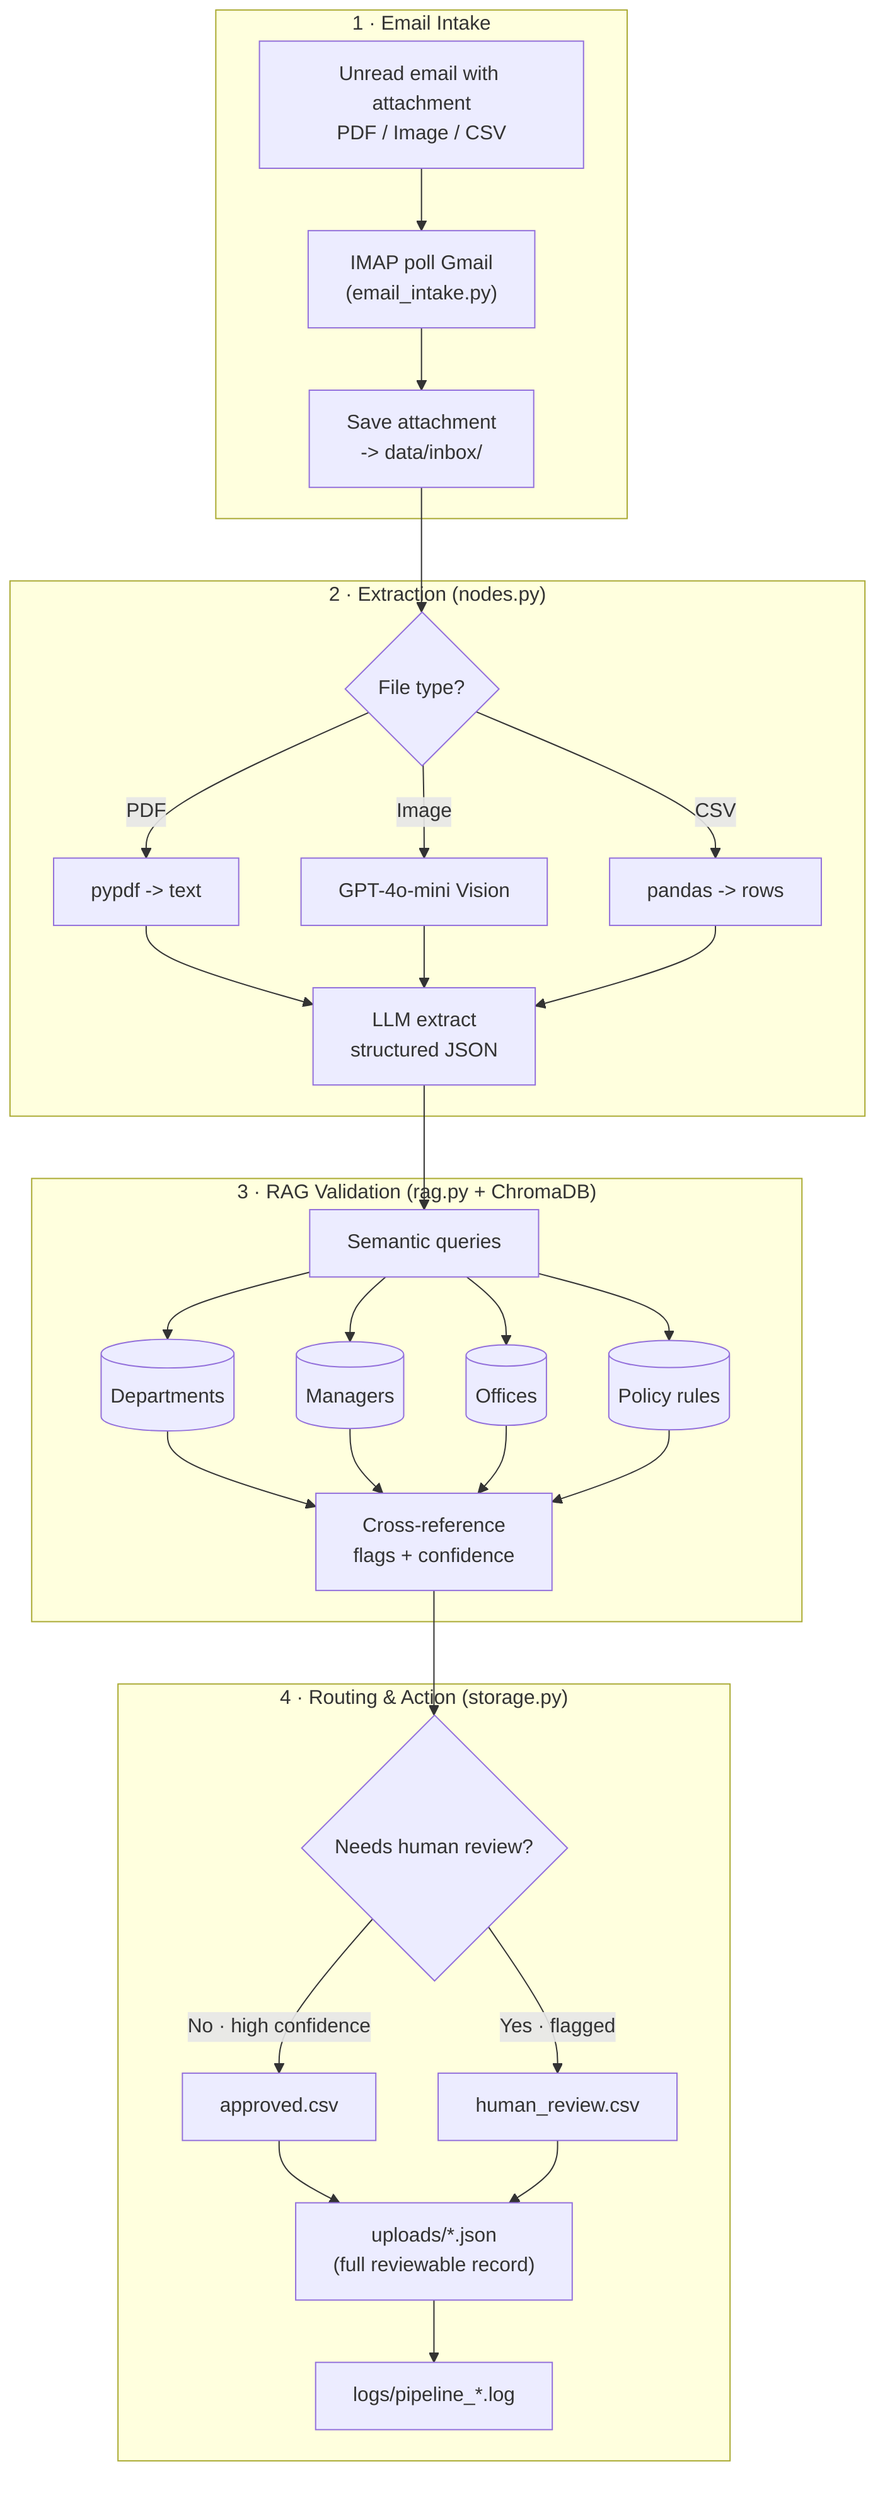
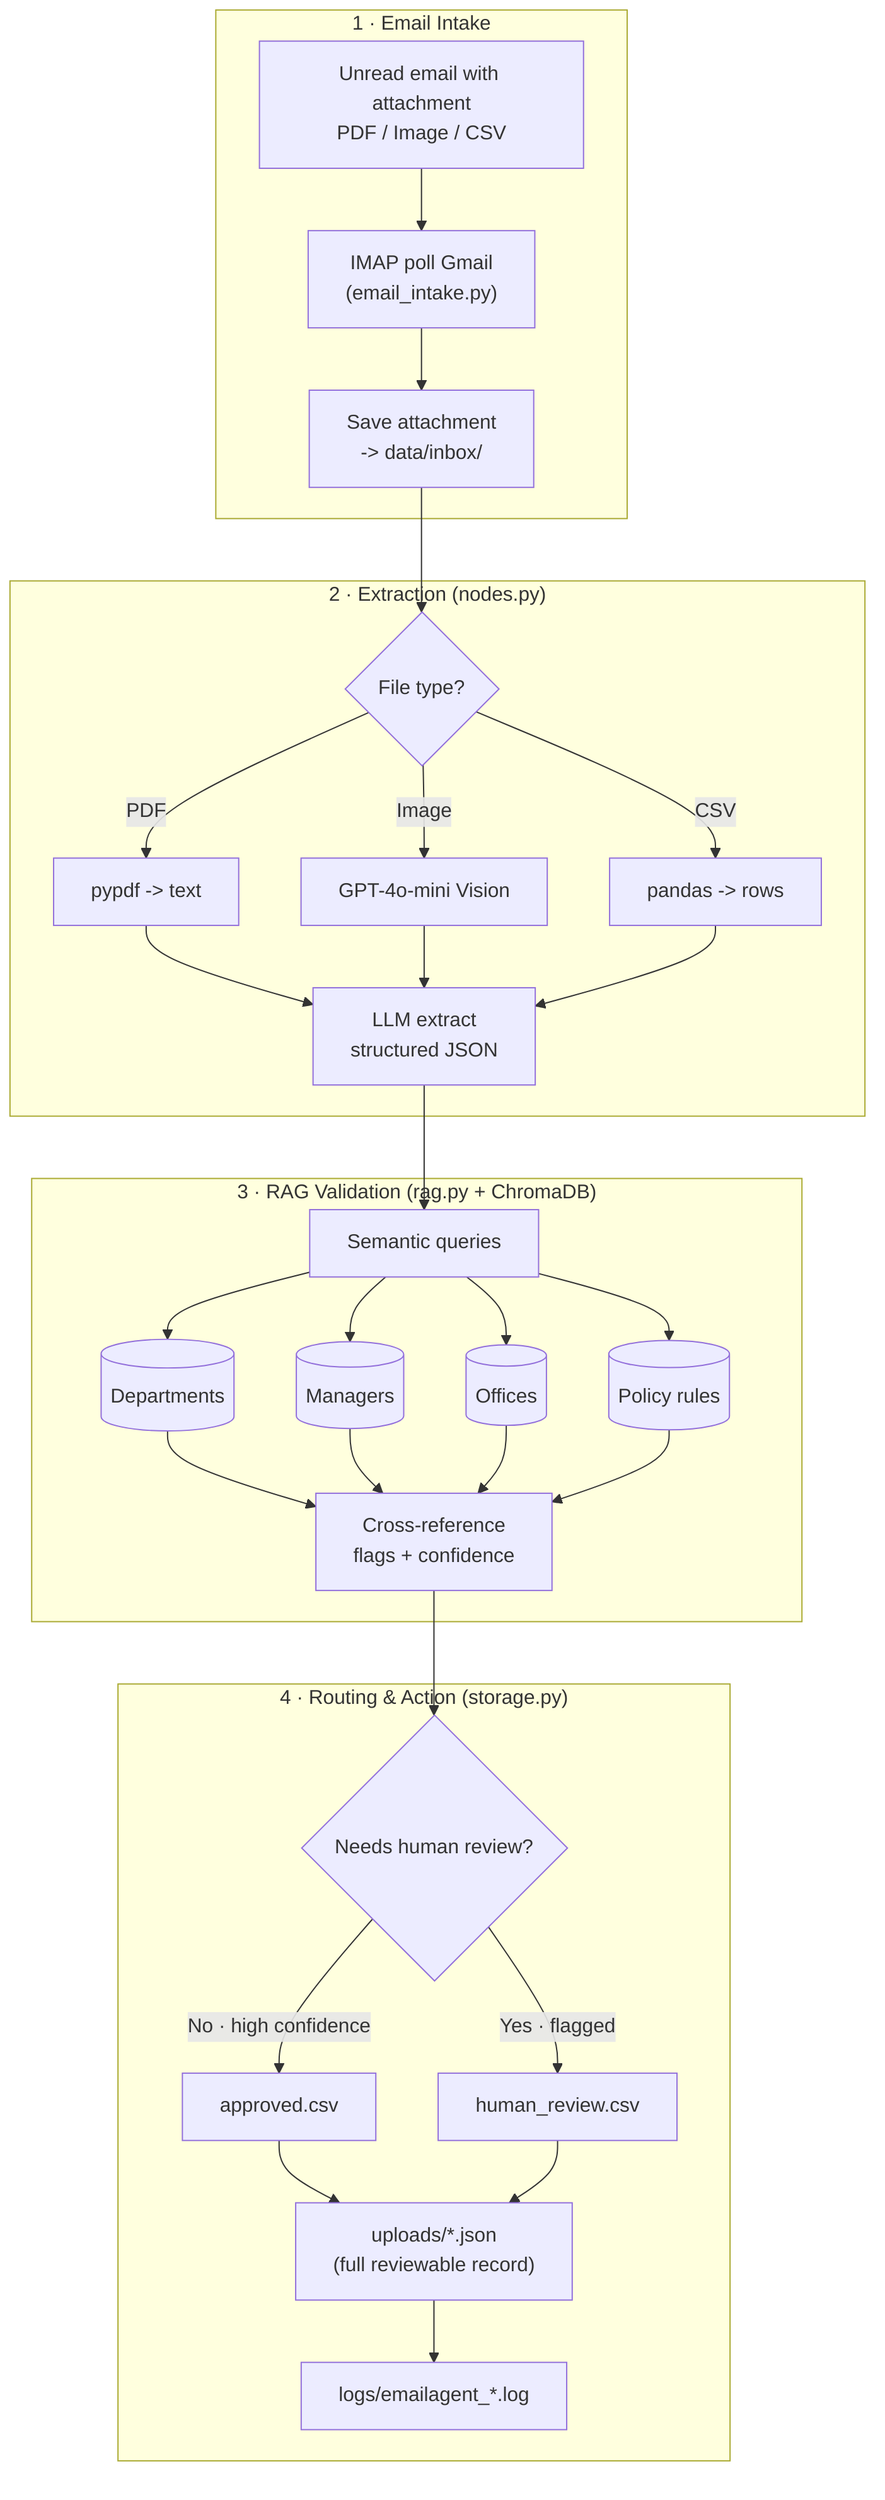
%% Employee Onboarding AI Agent — End-to-End Architecture
flowchart TD
    subgraph INTAKE["1 · Email Intake"]
        A["Unread email with attachment<br/>PDF / Image / CSV"] --> C["IMAP poll Gmail<br/>(email_intake.py)"]
        C --> E["Save attachment<br/>-> data/inbox/"]
    end

    subgraph EXTRACT["2 · Extraction (nodes.py)"]
        E --> F{"File type?"}
        F -->|"PDF"| G["pypdf -> text"]
        F -->|"Image"| H["GPT-4o-mini Vision"]
        F -->|"CSV"| I["pandas -> rows"]
        G --> J["LLM extract<br/>structured JSON"]
        H --> J
        I --> J
    end

    subgraph RAG["3 · RAG Validation (rag.py + ChromaDB)"]
        J --> K["Semantic queries"]
        K --> L[("Departments")]
        K --> M[("Managers")]
        K --> N[("Offices")]
        K --> O[("Policy rules")]
        L --> P["Cross-reference<br/>flags + confidence"]
        M --> P
        N --> P
        O --> P
    end

    subgraph ROUTE["4 · Routing & Action (storage.py)"]
        P --> Q{"Needs human review?"}
        Q -->|"No · high confidence"| R["approved.csv"]
        Q -->|"Yes · flagged"| S["human_review.csv"]
        R --> T["uploads/*.json<br/>(full reviewable record)"]
        S --> T
-         T --> U["logs/pipeline_*.log"]
+         T --> U["logs/emailagent_*.log"]
    end
